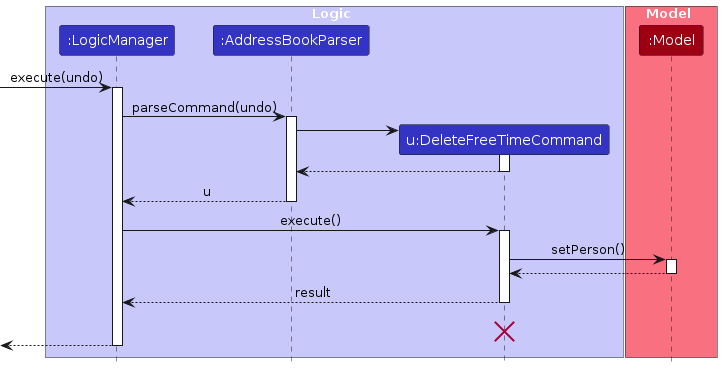
Above: diagrams/DeleteFreeTimeSequenceDiagram-Logic.png in donwong2308/tp (PlantUML), before the change. Its source is kept beside it as diagrams/DeleteFreeTimeSequenceDiagram-Logic.puml.
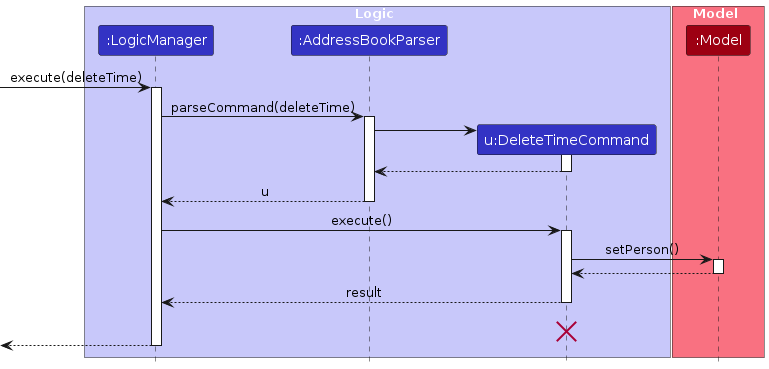
Above is the later version.

The edit, as a diff of the source:
```diff
@@ -5,41 +5,41 @@
 box Logic LOGIC_COLOR_T1
 participant ":LogicManager" as LogicManager LOGIC_COLOR
 participant ":AddressBookParser" as AddressBookParser LOGIC_COLOR
-participant "u:DeleteFreeTimeCommand" as DeleteFreeTimeCommand LOGIC_COLOR
+participant "u:DeleteTimeCommand" as DeleteTimeCommand LOGIC_COLOR
 end box
 
 box Model MODEL_COLOR_T1
 participant ":Model" as Model MODEL_COLOR
 end box
-[-> LogicManager : execute(undo)
+[-> LogicManager : execute(deleteTime)
 activate LogicManager
 
-LogicManager -> AddressBookParser : parseCommand(undo)
+LogicManager -> AddressBookParser : parseCommand(deleteTime)
 activate AddressBookParser
 
-create DeleteFreeTimeCommand
-AddressBookParser -> DeleteFreeTimeCommand
-activate DeleteFreeTimeCommand
+create DeleteTimeCommand
+AddressBookParser -> DeleteTimeCommand
+activate DeleteTimeCommand
 
-DeleteFreeTimeCommand --> AddressBookParser
-deactivate DeleteFreeTimeCommand
+DeleteTimeCommand --> AddressBookParser
+deactivate DeleteTimeCommand
 
 AddressBookParser --> LogicManager : u
 deactivate AddressBookParser
 
-LogicManager -> DeleteFreeTimeCommand : execute()
-activate DeleteFreeTimeCommand
+LogicManager -> DeleteTimeCommand : execute()
+activate DeleteTimeCommand
 
-DeleteFreeTimeCommand -> Model : setPerson()
+DeleteTimeCommand -> Model : setPerson()
 activate Model
 
-Model --> DeleteFreeTimeCommand
+Model --> DeleteTimeCommand
 deactivate Model
 
-DeleteFreeTimeCommand --> LogicManager : result
-deactivate DeleteFreeTimeCommand
-DeleteFreeTimeCommand -[hidden]-> LogicManager : result
-destroy DeleteFreeTimeCommand
+DeleteTimeCommand --> LogicManager : result
+deactivate DeleteTimeCommand
+DeleteTimeCommand -[hidden]-> LogicManager : result
+destroy DeleteTimeCommand
 
 [<--LogicManager
 deactivate LogicManager
```
